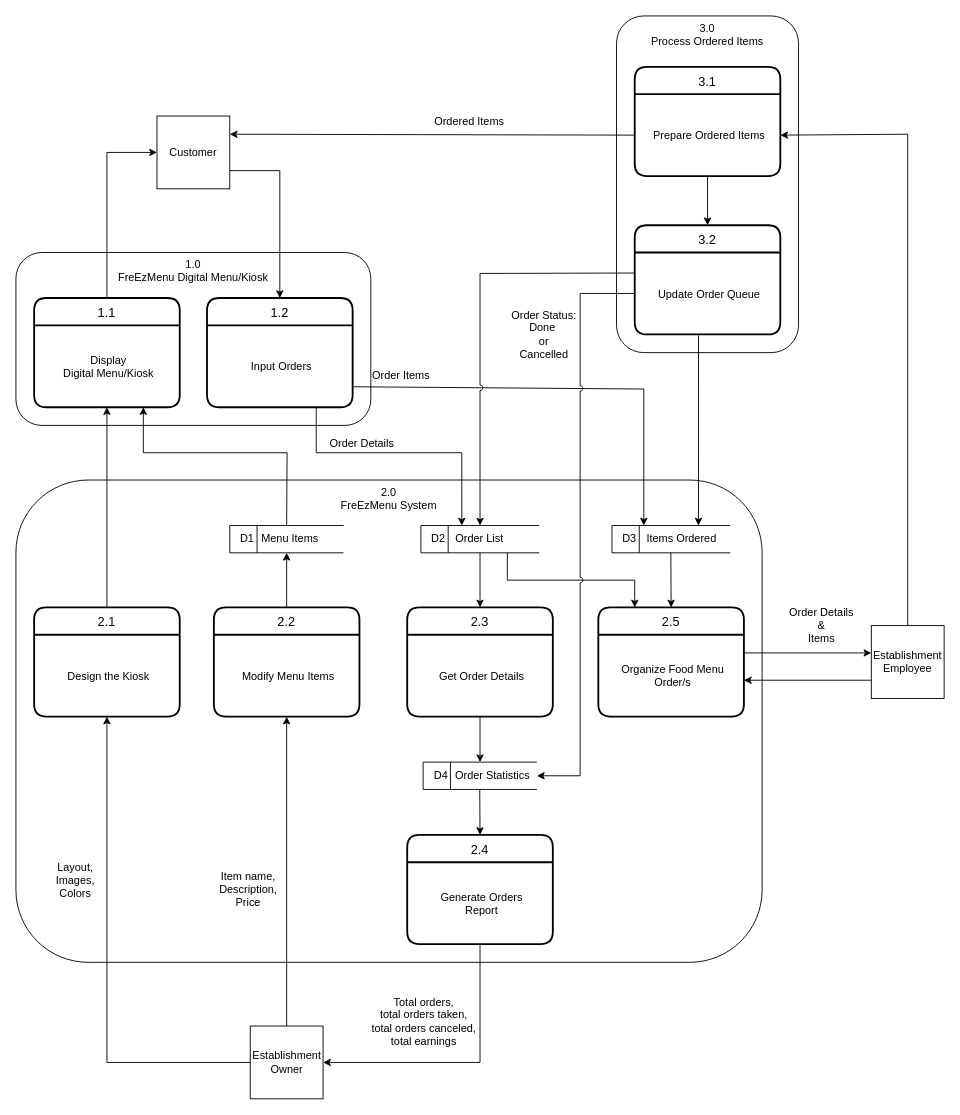
Before: DOCS/Diagrams/Data Flow Diagram 2.drawio in alexxGmZ/MenuMaApp, a draw.io diagram. Source tidied: cells renumbered, new cells numbered last; positions are measured from the earlier drawing's top-left corner, leaving out a move shared by most shapes. Both pictures are drawn from the tidied source at 91%, with x=0, y=0 at pixel (15, 15).
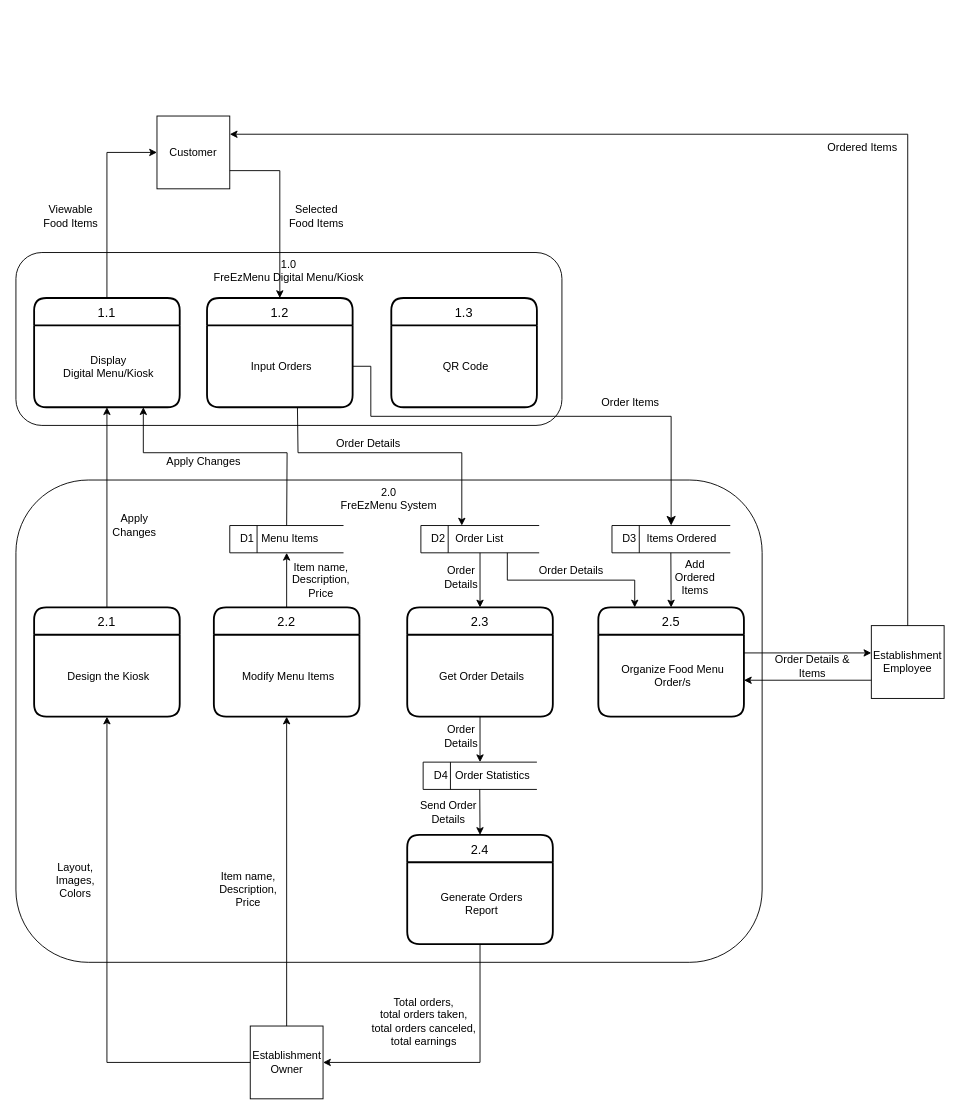
The same page after the edit.

Commit message (it also covers changes not shown here):
updated erd and dfd

Unchanged cells that the change refers to:
```xml
<mxCell id="5" value="Customer" style="whiteSpace=wrap;html=1;" parent="1" vertex="1">
  <mxGeometry x="155" y="110" width="80" height="80" as="geometry" />
</mxCell>
<mxCell id="6" value="Establishment&lt;br&gt;Employee" style="whiteSpace=wrap;html=1;" parent="1" vertex="1">
  <mxGeometry x="940" y="670" width="80" height="80" as="geometry" />
</mxCell>
<mxCell id="11" value="Input Orders" style="align=center;strokeColor=none;fillColor=none;spacingLeft=4;fontSize=12;verticalAlign=middle;" parent="10" vertex="1">
  <mxGeometry y="30" width="160" height="90" as="geometry" />
</mxCell>
<mxCell id="14" value="&lt;span style=&quot;white-space: pre;&quot;&gt;&amp;nbsp; D3&lt;span style=&quot;white-space: pre;&quot;&gt;&#9;&lt;/span&gt;  Items Ordered&lt;/span&gt;" style="html=1;dashed=0;whitespace=wrap;shape=mxgraph.dfd.dataStoreID;align=left;spacingLeft=3;points=[[0,0],[0.5,0],[1,0],[0,0.5],[1,0.5],[0,1],[0.5,1],[1,1]];" parent="1" vertex="1">
  <mxGeometry x="655" y="560" width="130" height="30" as="geometry" />
</mxCell>
<mxCell id="15" value="&lt;span style=&quot;white-space: pre;&quot;&gt;&amp;nbsp; D2&lt;span style=&quot;white-space: pre;&quot;&gt;&#9;&lt;/span&gt;  Order List&lt;/span&gt;" style="html=1;dashed=0;whitespace=wrap;shape=mxgraph.dfd.dataStoreID;align=left;spacingLeft=3;points=[[0,0],[0.5,0],[1,0],[0,0.5],[1,0.5],[0,1],[0.5,1],[1,1]];" parent="1" vertex="1">
  <mxGeometry x="445" y="560" width="130" height="30" as="geometry" />
</mxCell>
<mxCell id="33" value="&lt;span style=&quot;white-space: pre;&quot;&gt;&amp;nbsp; D4&lt;span style=&quot;white-space: pre;&quot;&gt;&#9;&lt;/span&gt; Order Statistics&#9;&lt;/span&gt;&amp;nbsp;" style="html=1;dashed=0;whitespace=wrap;shape=mxgraph.dfd.dataStoreID;align=left;spacingLeft=3;points=[[0,0],[0.5,0],[1,0],[0,0.5],[1,0.5],[0,1],[0.5,1],[1,1]];" parent="1" vertex="1">
  <mxGeometry x="447.5" y="820" width="125" height="30" as="geometry" />
</mxCell>
```

Diff of the diagram source:
```diff
@@
-    <mxCell id="2" value="3.0&lt;br&gt;Process Ordered Items" style="rounded=1;whiteSpace=wrap;html=1;verticalAlign=top;" parent="1" vertex="1">
-      <mxGeometry x="660" width="200" height="370" as="geometry" />
-    </mxCell>
@@
     <mxCell id="4" value="1.0 &lt;br&gt;FreEzMenu Digital Menu/Kiosk" style="rounded=1;whiteSpace=wrap;html=1;verticalAlign=top;" parent="1" vertex="1">
-      <mxGeometry y="260" width="390" height="190" as="geometry" />
+      <mxGeometry y="260" width="600" height="190" as="geometry" />
     </mxCell>
@@
-    <mxCell id="28" style="endArrow=classic;html=1;rounded=0;entryX=0.346;entryY=0;entryDx=0;entryDy=0;exitX=0.75;exitY=1;exitDx=0;exitDy=0;entryPerimeter=0;jumpStyle=none;" parent="1" edge="1" source="11" target="15">
+    <mxCell id="28" style="endArrow=classic;html=1;rounded=0;entryX=0.346;entryY=0;entryDx=0;entryDy=0;entryPerimeter=0;jumpStyle=none;exitX=0.621;exitY=1.004;exitDx=0;exitDy=0;exitPerimeter=0;" parent="1" edge="1" source="11" target="15">
       <mxGeometry relative="1" as="geometry">
         <Array as="points">
-          <mxPoint x="330" y="480" />
+          <mxPoint x="310" y="480" />
           <mxPoint x="490" y="480" />
         </Array>
       </mxGeometry>
     </mxCell>
-    <mxCell id="29" style="endArrow=classic;html=1;rounded=0;exitX=1;exitY=0.75;exitDx=0;exitDy=0;entryX=0.269;entryY=0;entryDx=0;entryDy=0;entryPerimeter=0;jumpStyle=arc;" parent="1" edge="1" source="11" target="14">
-      <mxGeometry relative="1" as="geometry">
-        <Array as="points">
-          <mxPoint x="690" y="410" />
-        </Array>
-      </mxGeometry>
-    </mxCell>
@@
-    <mxCell id="43" value="3.1" style="swimlane;horizontal=1;startSize=30;rounded=1;fontSize=14;fontStyle=0;strokeWidth=2;shadow=0;dashed=0;align=center;" parent="1" vertex="1">
-      <mxGeometry x="680" y="56" width="160" height="120" as="geometry" />
-    </mxCell>
-    <mxCell id="44" value="Prepare Ordered Items" style="align=center;strokeColor=none;fillColor=none;spacingLeft=4;fontSize=12;verticalAlign=middle;" parent="43" vertex="1">
-      <mxGeometry y="30" width="160" height="90" as="geometry" />
-    </mxCell>
-    <mxCell id="45" value="3.2" style="swimlane;horizontal=1;startSize=30;rounded=1;fontSize=14;fontStyle=0;strokeWidth=2;shadow=0;dashed=0;align=center;" parent="1" vertex="1">
-      <mxGeometry x="680" y="230" width="160" height="120" as="geometry" />
-    </mxCell>
-    <mxCell id="46" value="Update Order Queue" style="align=center;strokeColor=none;fillColor=none;spacingLeft=4;fontSize=12;verticalAlign=middle;" parent="45" vertex="1">
-      <mxGeometry y="30" width="160" height="90" as="geometry" />
-    </mxCell>
-    <mxCell id="47" style="endArrow=classic;html=1;rounded=0;exitX=0;exitY=0.5;exitDx=0;exitDy=0;entryX=1;entryY=0.25;entryDx=0;entryDy=0;" parent="1" edge="1" source="44" target="5">
-      <mxGeometry relative="1" as="geometry" />
-    </mxCell>
-    <mxCell id="48" style="endArrow=classic;html=1;rounded=0;entryX=0.5;entryY=0;entryDx=0;entryDy=0;exitX=0.5;exitY=1;exitDx=0;exitDy=0;" parent="1" edge="1" source="43" target="45">
-      <mxGeometry relative="1" as="geometry" />
-    </mxCell>
-    <mxCell id="49" style="endArrow=classic;html=1;rounded=0;entryX=1;entryY=0.5;entryDx=0;entryDy=0;exitX=0.5;exitY=0;exitDx=0;exitDy=0;" parent="1" edge="1" source="6" target="44">
+    <mxCell id="49" style="endArrow=classic;html=1;rounded=0;entryX=1;entryY=0.25;entryDx=0;entryDy=0;exitX=0.5;exitY=0;exitDx=0;exitDy=0;" parent="1" edge="1" source="6" target="5">
       <mxGeometry relative="1" as="geometry">
         <Array as="points">
           <mxPoint x="980" y="130" />
         </Array>
       </mxGeometry>
     </mxCell>
-    <mxCell id="50" style="endArrow=classic;html=1;rounded=0;exitX=0;exitY=0.25;exitDx=0;exitDy=0;entryX=0.5;entryY=0;entryDx=0;entryDy=0;jumpStyle=arc;" parent="1" edge="1" source="46" target="15">
-      <mxGeometry relative="1" as="geometry">
-        <Array as="points">
-          <mxPoint x="510" y="283" />
-        </Array>
-      </mxGeometry>
-    </mxCell>
-    <mxCell id="51" style="endArrow=classic;html=1;rounded=0;jumpStyle=none;entryX=0.731;entryY=0;entryDx=0;entryDy=0;entryPerimeter=0;exitX=0.438;exitY=1.013;exitDx=0;exitDy=0;exitPerimeter=0;" parent="1" edge="1" source="46" target="14">
-      <mxGeometry relative="1" as="geometry" />
-    </mxCell>
     <mxCell id="52" value="Ordered Items" style="text;html=1;align=center;verticalAlign=middle;strokeColor=none;fillColor=none;" parent="1" vertex="1">
-      <mxGeometry x="447.5" y="101" width="100" height="30" as="geometry" />
+      <mxGeometry x="880" y="130" width="100" height="30" as="geometry" />
     </mxCell>
     <mxCell id="53" value="Order Details" style="text;html=1;align=center;verticalAlign=middle;strokeColor=none;fillColor=none;" parent="1" vertex="1">
-      <mxGeometry x="335" y="455" width="90" height="30" as="geometry" />
+      <mxGeometry x="342" y="455" width="90" height="30" as="geometry" />
     </mxCell>
     <mxCell id="54" value="Order Items" style="text;html=1;align=center;verticalAlign=middle;strokeColor=none;fillColor=none;" parent="1" vertex="1">
-      <mxGeometry x="377.5" y="380" width="90" height="30" as="geometry" />
+      <mxGeometry x="630" y="410" width="90" height="30" as="geometry" />
     </mxCell>
@@
-    <mxCell id="58" value="Order Details &lt;br&gt;&amp;amp; &lt;br&gt;Items" style="text;html=1;align=center;verticalAlign=middle;strokeColor=none;fillColor=none;" parent="1" vertex="1">
-      <mxGeometry x="840" y="640" width="90" height="60" as="geometry" />
+    <mxCell id="58" value="Order Details &amp;amp; &lt;br&gt;Items" style="text;html=1;align=center;verticalAlign=middle;strokeColor=none;fillColor=none;" parent="1" vertex="1">
+      <mxGeometry x="820" y="695" width="110" height="40" as="geometry" />
     </mxCell>
-    <mxCell id="59" style="endArrow=classic;html=1;exitX=0;exitY=0.5;exitDx=0;exitDy=0;entryX=1;entryY=0.5;entryDx=0;entryDy=0;rounded=0;jumpStyle=arc;" parent="1" edge="1" source="46" target="33">
-      <mxGeometry relative="1" as="geometry">
-        <Array as="points">
-          <mxPoint x="620" y="305" />
-          <mxPoint x="620" y="835" />
-        </Array>
-      </mxGeometry>
-    </mxCell>
-    <mxCell id="60" value="Order Status:&lt;br&gt;Done&amp;nbsp;&lt;br&gt;or&lt;br&gt;Cancelled" style="text;html=1;align=center;verticalAlign=middle;strokeColor=none;fillColor=none;" parent="1" vertex="1">
-      <mxGeometry x="535" y="315" width="90" height="70" as="geometry" />
+    <mxCell id="60" value="1.3" style="swimlane;horizontal=1;startSize=30;rounded=1;fontSize=14;fontStyle=0;strokeWidth=2;shadow=0;dashed=0;align=center;" parent="1" vertex="1">
+      <mxGeometry x="412.5" y="310" width="160" height="120" as="geometry" />
     </mxCell>
+    <mxCell id="61" value="QR Code" style="align=center;strokeColor=none;fillColor=none;spacingLeft=4;fontSize=12;verticalAlign=middle;" parent="60" vertex="1">
+      <mxGeometry y="30" width="160" height="90" as="geometry" />
+    </mxCell>
+    <mxCell id="29" style="edgeStyle=segmentEdgeStyle;endArrow=classic;html=1;curved=0;rounded=0;endSize=8;startSize=8;entryX=0.5;entryY=0;entryDx=0;entryDy=0;exitX=1;exitY=0.5;exitDx=0;exitDy=0;" parent="1" edge="1" source="11" target="14">
+      <mxGeometry relative="1" as="geometry">
+        <Array as="points">
+          <mxPoint x="390" y="385" />
+          <mxPoint x="390" y="440" />
+          <mxPoint x="720" y="440" />
+        </Array>
+      </mxGeometry>
+    </mxCell>
+    <mxCell id="62" value="Order Details" style="text;html=1;align=center;verticalAlign=middle;strokeColor=none;fillColor=none;" parent="1" vertex="1">
+      <mxGeometry x="565" y="595" width="90" height="30" as="geometry" />
+    </mxCell>
+    <mxCell id="63" value="Order&lt;br&gt;Details" style="text;html=1;align=center;verticalAlign=middle;strokeColor=none;fillColor=none;" parent="1" vertex="1">
+      <mxGeometry x="458.5" y="597" width="60" height="40" as="geometry" />
+    </mxCell>
+    <mxCell id="64" value="Order&lt;br&gt;Details" style="text;html=1;align=center;verticalAlign=middle;strokeColor=none;fillColor=none;" parent="1" vertex="1">
+      <mxGeometry x="458.5" y="772" width="60" height="40" as="geometry" />
+    </mxCell>
+    <mxCell id="65" value="Send Order&lt;br&gt;Details" style="text;html=1;align=center;verticalAlign=middle;strokeColor=none;fillColor=none;" parent="1" vertex="1">
+      <mxGeometry x="430" y="855" width="90" height="40" as="geometry" />
+    </mxCell>
+    <mxCell id="66" value="Apply&lt;br&gt;Changes" style="text;html=1;align=center;verticalAlign=middle;strokeColor=none;fillColor=none;" parent="1" vertex="1">
+      <mxGeometry x="95" y="540" width="70" height="40" as="geometry" />
+    </mxCell>
+    <mxCell id="67" value="&lt;span style=&quot;&quot;&gt;Item name,&lt;/span&gt;&lt;br style=&quot;&quot;&gt;&lt;span style=&quot;&quot;&gt;Description,&lt;/span&gt;&lt;br style=&quot;&quot;&gt;&lt;span style=&quot;&quot;&gt;Price&lt;/span&gt;" style="text;html=1;align=center;verticalAlign=middle;strokeColor=none;fillColor=none;" parent="1" vertex="1">
+      <mxGeometry x="290" y="590" width="90" height="60" as="geometry" />
+    </mxCell>
+    <mxCell id="68" value="Apply Changes" style="text;html=1;align=center;verticalAlign=middle;strokeColor=none;fillColor=none;" parent="1" vertex="1">
+      <mxGeometry x="156" y="475" width="100" height="30" as="geometry" />
+    </mxCell>
+    <mxCell id="69" value="Add&lt;br&gt;Ordered&lt;br&gt;Items" style="text;html=1;align=center;verticalAlign=middle;strokeColor=none;fillColor=none;" parent="1" vertex="1">
+      <mxGeometry x="711" y="587" width="70" height="60" as="geometry" />
+    </mxCell>
+    <mxCell id="70" value="Selected&lt;br&gt;Food Items" style="text;html=1;align=center;verticalAlign=middle;strokeColor=none;fillColor=none;" parent="1" vertex="1">
+      <mxGeometry x="290" y="200" width="80" height="40" as="geometry" />
+    </mxCell>
+    <mxCell id="71" value="Viewable&lt;br&gt;Food Items" style="text;html=1;align=center;verticalAlign=middle;strokeColor=none;fillColor=none;" parent="1" vertex="1">
+      <mxGeometry x="20" y="200" width="80" height="40" as="geometry" />
+    </mxCell>
```
